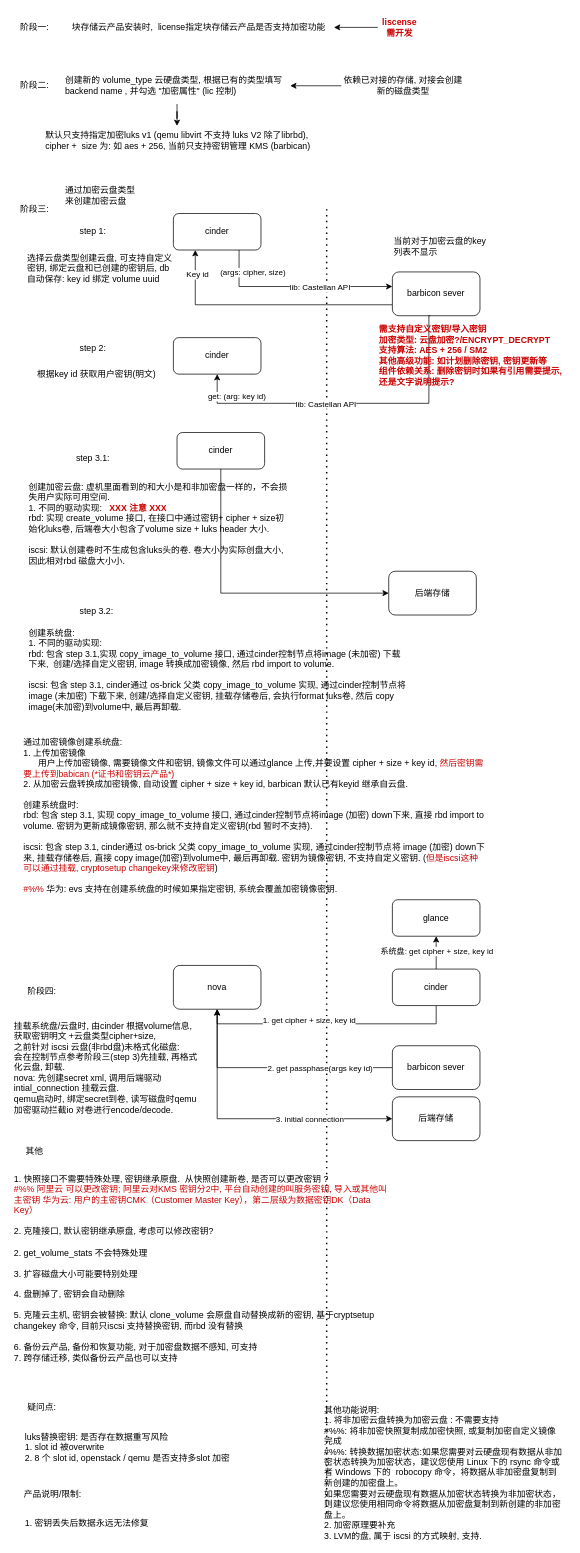
Above: 磁盘加密.drawio in ChenFanTony/ceph-diagrams (draw.io), before the change. Source tidied: cells renumbered, new cells numbered last; positions are measured from the earlier drawing's top-left corner, leaving out a move shared by most shapes. Both pictures are drawn from the tidied source at 73%, with x=0, y=0 at pixel (12, 12).
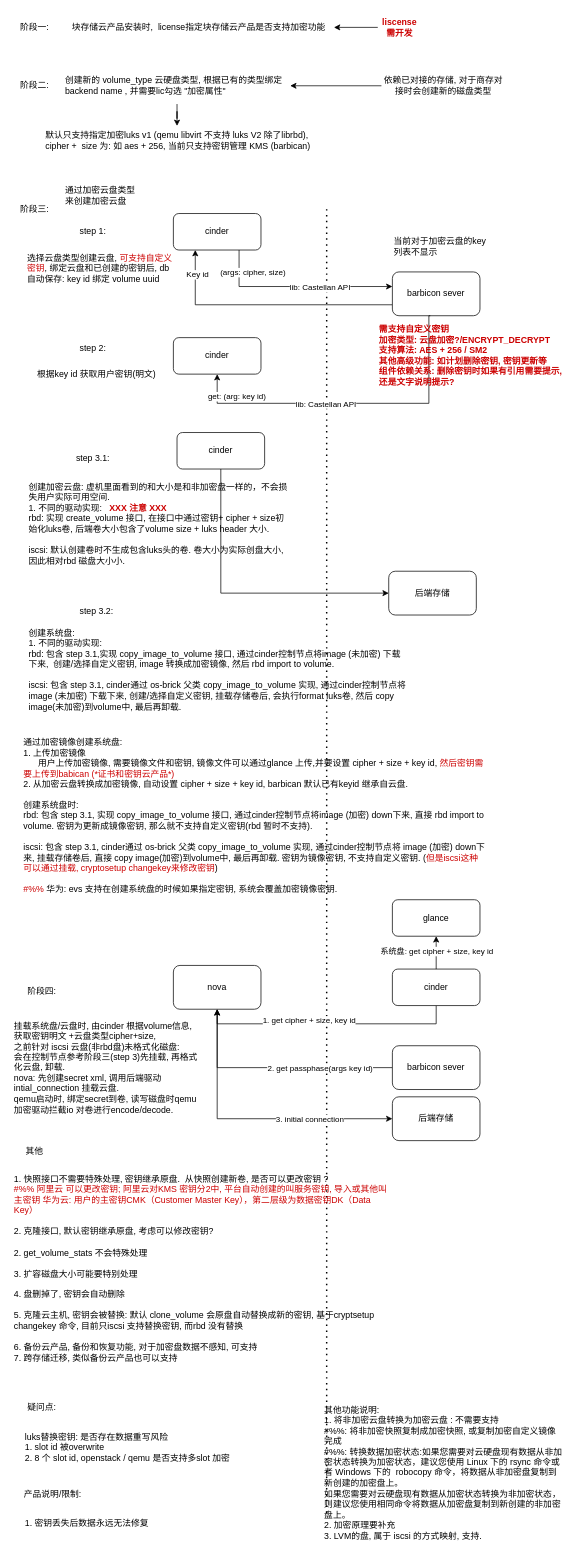
Above is the later version.

Commit message:
更新磁盘加密.drawio

The edit, as a diff of the source:
```diff
@@
-    <mxCell id="17" value="创建新的 volume_type 云硬盘类型, 根据已有的类型填写backend name , 并勾选 &quot;加密属性&quot; (lic 控制)" style="text;html=1;whiteSpace=wrap;strokeColor=none;fillColor=none;align=left;verticalAlign=middle;rounded=0;" parent="1" vertex="1">
+    <mxCell id="17" value="创建新的 volume_type 云硬盘类型, 根据已有的类型绑定backend name , 并需要lic勾选 &quot;加密属性&quot;" style="text;html=1;whiteSpace=wrap;strokeColor=none;fillColor=none;align=left;verticalAlign=middle;rounded=0;" parent="1" vertex="1">
       <mxGeometry x="70" y="75" width="310" height="50" as="geometry" />
     </mxCell>
@@
-    <mxCell id="23" value="选择云盘类型创建云盘, 可支持自定义密钥, 绑定云盘和已创建的密钥后, db自动保存: key id 绑定 volume uuid" style="text;html=1;whiteSpace=wrap;strokeColor=none;fillColor=none;align=left;verticalAlign=middle;rounded=0;" parent="1" vertex="1">
+    <mxCell id="23" value="选择云盘类型创建云盘, &lt;font style=&quot;color: light-dark(rgb(204, 0, 0), rgb(204, 0, 0));&quot;&gt;可支持自定义密钥&lt;/font&gt;, 绑定云盘和已创建的密钥后, db自动保存: key id 绑定 volume uuid" style="text;html=1;whiteSpace=wrap;strokeColor=none;fillColor=none;align=left;verticalAlign=middle;rounded=0;" parent="1" vertex="1">
       <mxGeometry x="17.5" y="335" width="205" height="30" as="geometry" />
     </mxCell>
@@
-    <mxCell id="52" value="&lt;font style=&quot;&quot;&gt;&lt;b&gt;需支持自定义密钥/导入密钥&lt;/b&gt;&lt;br&gt;&lt;b&gt;加密类型: 云盘加密?/ENCRYPT_DECRYPT&lt;br&gt;支持算法: AES + 256 / SM2&lt;/b&gt;&lt;br&gt;&lt;b&gt;其他高级功能: 如计划删除密钥, 密钥更新等&amp;nbsp;&lt;br&gt;组件依赖关系: 删除密钥时如果有引用需要提示, 还是文字说明提示?&lt;/b&gt;&lt;/font&gt;" style="text;html=1;whiteSpace=wrap;strokeColor=none;fillColor=none;align=left;verticalAlign=middle;rounded=0;fontColor=#CC0000;" parent="1" vertex="1">
+    <mxCell id="52" value="&lt;font style=&quot;&quot;&gt;&lt;b&gt;需支持自定义密钥&lt;/b&gt;&lt;br&gt;&lt;b&gt;加密类型: 云盘加密?/ENCRYPT_DECRYPT&lt;br&gt;支持算法: AES + 256 / SM2&lt;/b&gt;&lt;br&gt;&lt;b&gt;其他高级功能: 如计划删除密钥, 密钥更新等&amp;nbsp;&lt;br&gt;组件依赖关系: 删除密钥时如果有引用需要提示, 还是文字说明提示?&lt;/b&gt;&lt;/font&gt;" style="text;html=1;whiteSpace=wrap;strokeColor=none;fillColor=none;align=left;verticalAlign=middle;rounded=0;fontColor=#CC0000;" parent="1" vertex="1">
       <mxGeometry x="500" y="455" width="260" height="30" as="geometry" />
     </mxCell>
@@
-    <mxCell id="62" value="依赖已对接的存储, 对接会创建新的磁盘类型" style="text;html=1;whiteSpace=wrap;strokeColor=none;fillColor=none;align=center;verticalAlign=middle;rounded=0;" parent="1" vertex="1">
-      <mxGeometry x="450" y="85" width="170" height="30" as="geometry" />
+    <mxCell id="62" value="依赖已对接的存储, 对于商存对接时会创建新的磁盘类型" style="text;html=1;whiteSpace=wrap;strokeColor=none;fillColor=none;align=center;verticalAlign=middle;rounded=0;" parent="1" vertex="1">
+      <mxGeometry x="505" y="85" width="170" height="30" as="geometry" />
     </mxCell>
```
